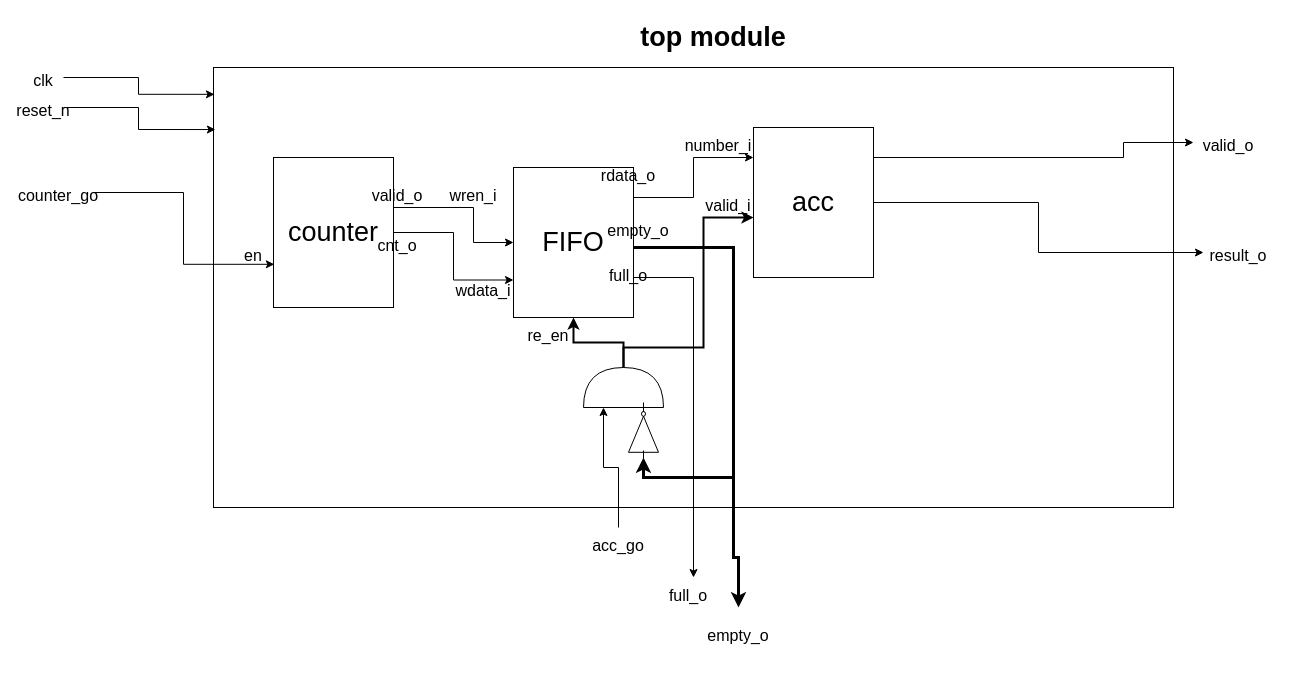
Before: Byeong_Hyeon/week4/xzd.drawio in bhkim003/SDS_B_18, a draw.io diagram. Source tidied: cells renumbered, new cells numbered last; positions are measured from the earlier drawing's top-left corner, leaving out a move shared by most shapes. Both pictures are drawn from the tidied source at 100%, with x=0, y=0 at pixel (23, 17).
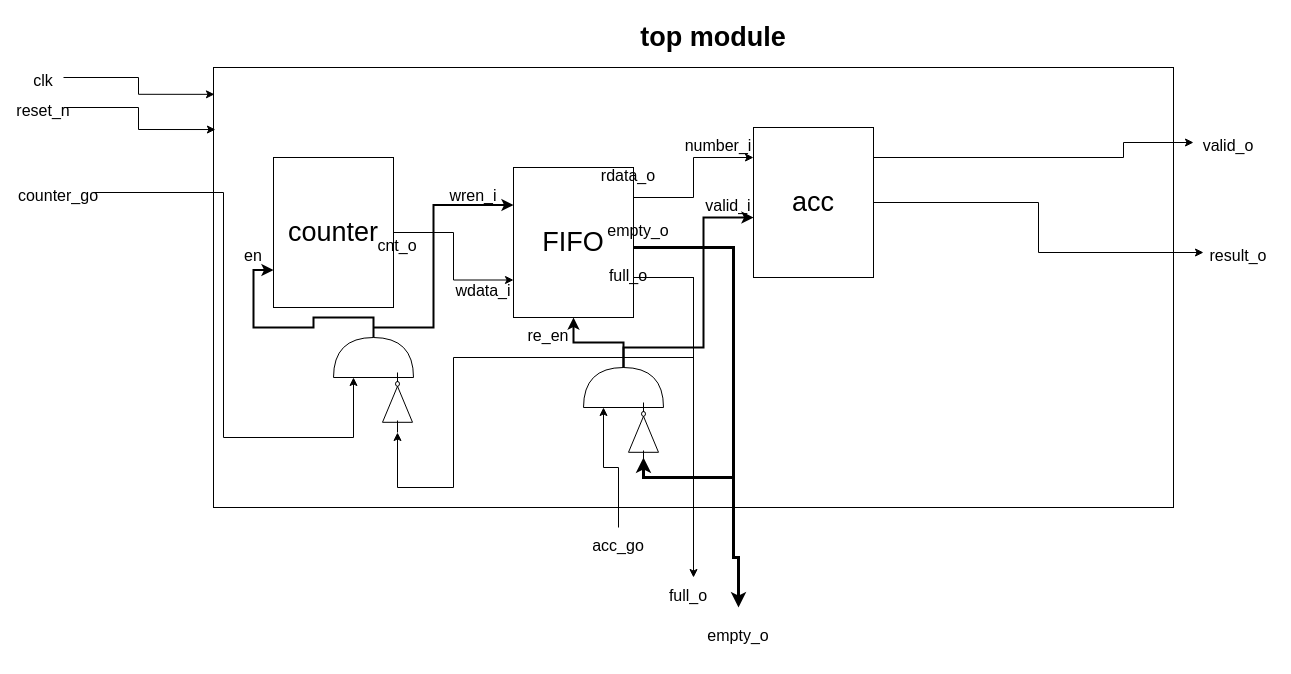
Above is the later version.

Unchanged cells that the change refers to:
```xml
<mxCell id="9" value="counter&lt;br&gt;" style="rounded=0;whiteSpace=wrap;html=1;fontSize=27;fillColor=default;" parent="1" vertex="1">
  <mxGeometry x="250" y="140" width="120" height="150" as="geometry" />
</mxCell>
<mxCell id="13" value="FIFO" style="rounded=0;whiteSpace=wrap;html=1;fontSize=27;fillColor=default;" parent="1" vertex="1">
  <mxGeometry x="490" y="150" width="120" height="150" as="geometry" />
</mxCell>
<mxCell id="19" value="&lt;font style=&quot;font-size: 16px;&quot;&gt;counter_go&lt;/font&gt;" style="rounded=0;whiteSpace=wrap;html=1;fontSize=27;fillColor=none;strokeColor=none;" parent="1" vertex="1">
  <mxGeometry y="150" width="70" height="50" as="geometry" />
</mxCell>
```

What changed in the source:
```diff
@@
-    <mxCell id="8" style="edgeStyle=orthogonalEdgeStyle;rounded=0;jettySize=auto;html=1;fontSize=16;" parent="1" edge="1" source="9" target="13">
-      <mxGeometry relative="1" as="geometry">
-        <Array as="points">
-          <mxPoint x="450" y="190" />
-          <mxPoint x="450" y="225" />
-        </Array>
-      </mxGeometry>
-    </mxCell>
@@
-    <mxCell id="18" style="edgeStyle=orthogonalEdgeStyle;rounded=0;jettySize=auto;html=1;entryX=0.007;entryY=0.712;entryDx=0;entryDy=0;entryPerimeter=0;fontSize=16;" parent="1" edge="1" source="19" target="9">
-      <mxGeometry relative="1" as="geometry" />
+    <mxCell id="18" style="edgeStyle=orthogonalEdgeStyle;rounded=0;jettySize=auto;html=1;entryX=0;entryY=0.25;entryDx=0;entryDy=0;entryPerimeter=0;fontSize=16;" parent="1" edge="1" source="19" target="43">
+      <mxGeometry relative="1" as="geometry">
+        <Array as="points">
+          <mxPoint x="200" y="175" />
+          <mxPoint x="200" y="420" />
+          <mxPoint x="330" y="420" />
+        </Array>
+      </mxGeometry>
     </mxCell>
@@
-    <mxCell id="22" value="&lt;span style=&quot;font-size: 16px;&quot;&gt;valid_o&lt;/span&gt;" style="rounded=0;whiteSpace=wrap;html=1;fontSize=27;fillColor=none;strokeColor=none;" parent="1" vertex="1">
-      <mxGeometry x="354" y="165" width="40" height="20" as="geometry" />
-    </mxCell>
@@
+    <mxCell id="42" style="edgeStyle=orthogonalEdgeStyle;rounded=0;jettySize=auto;html=1;entryX=0;entryY=0.75;entryDx=0;entryDy=0;strokeWidth=2;" parent="1" edge="1" source="43" target="9">
+      <mxGeometry relative="1" as="geometry" />
+    </mxCell>
+    <mxCell id="43" style="shape=or;whiteSpace=wrap;html=1;fontSize=16;fillColor=none;rotation=-90;" parent="1" vertex="1">
+      <mxGeometry x="330" y="300" width="40" height="80" as="geometry" />
+    </mxCell>
+    <mxCell id="44" style="edgeStyle=orthogonalEdgeStyle;rounded=0;jettySize=auto;html=1;fontSize=16;entryX=0;entryY=0.5;entryDx=0;entryDy=0;entryPerimeter=0;" parent="1" edge="1" source="13" target="45">
+      <mxGeometry relative="1" as="geometry">
+        <Array as="points">
+          <mxPoint x="670" y="260" />
+          <mxPoint x="670" y="340" />
+          <mxPoint x="430" y="340" />
+          <mxPoint x="430" y="470" />
+          <mxPoint x="374" y="470" />
+        </Array>
+      </mxGeometry>
+    </mxCell>
+    <mxCell id="45" style="verticalLabelPosition=bottom;shadow=0;dashed=0;align=center;html=1;verticalAlign=top;shape=mxgraph.electrical.logic_gates.inverter_2;fontSize=16;fillColor=none;rotation=-90;" parent="1" vertex="1">
+      <mxGeometry x="344" y="370" width="60" height="30" as="geometry" />
+    </mxCell>
+    <mxCell id="46" style="edgeStyle=orthogonalEdgeStyle;rounded=0;jettySize=auto;html=1;entryX=0;entryY=0.25;entryDx=0;entryDy=0;strokeWidth=2;" parent="1" edge="1" target="13">
+      <mxGeometry relative="1" as="geometry">
+        <mxPoint x="350" y="310" as="sourcePoint" />
+        <Array as="points">
+          <mxPoint x="410" y="310" />
+          <mxPoint x="410" y="188" />
+        </Array>
+      </mxGeometry>
+    </mxCell>
```
